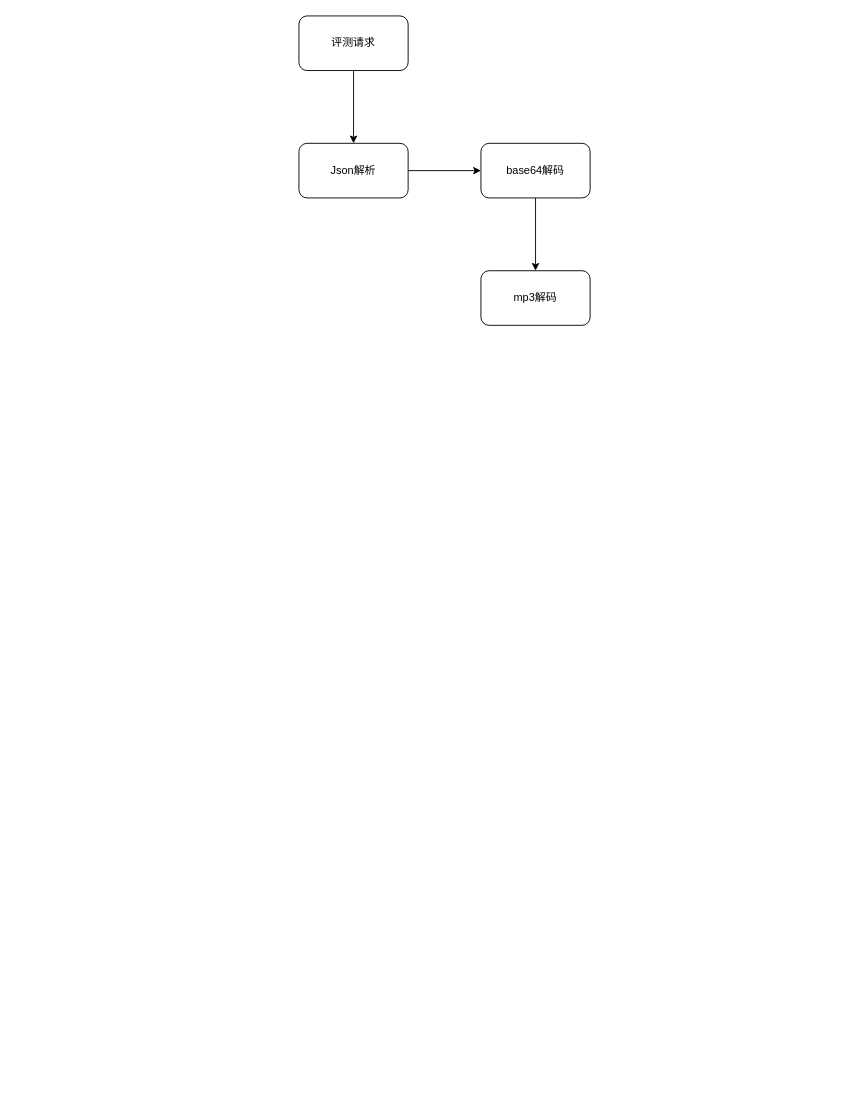
Before: capt-services.drawio in alongwithyou/g2p, a draw.io diagram. Source tidied: cells renumbered, new cells numbered last; positions are measured from the earlier drawing's top-left corner, leaving out a move shared by most shapes. Both pictures are drawn from the tidied source at 91%, with x=0, y=0 at pixel (298, 15).
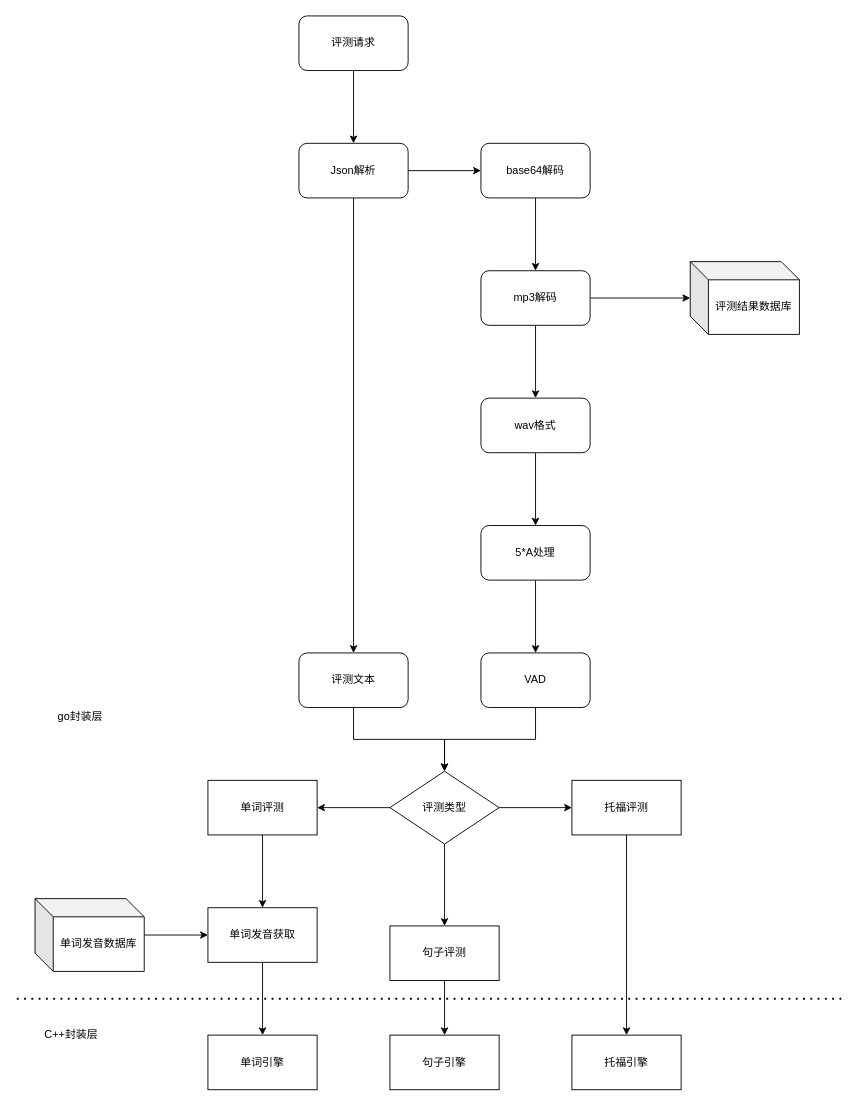
The same page after the edit.

The change refers to these unchanged cells:
```xml
<mxCell id="5" value="Json解析" style="whiteSpace=wrap;html=1;rounded=1;" parent="1" vertex="1">
  <mxGeometry y="140" width="120" height="60" as="geometry" />
</mxCell>
<mxCell id="8" value="mp3解码" style="whiteSpace=wrap;html=1;rounded=1;" parent="1" vertex="1">
  <mxGeometry x="200" y="280" width="120" height="60" as="geometry" />
</mxCell>
```

What changed in the source:
```diff
@@
+    <mxCell id="9" style="edgeStyle=orthogonalEdgeStyle;rounded=0;jettySize=auto;html=1;" parent="1" edge="1" source="5" target="21">
+      <mxGeometry relative="1" as="geometry" />
+    </mxCell>
@@
+    <mxCell id="10" style="edgeStyle=orthogonalEdgeStyle;rounded=0;jettySize=auto;html=1;" parent="1" edge="1" source="8" target="12">
+      <mxGeometry relative="1" as="geometry" />
+    </mxCell>
+    <mxCell id="11" style="edgeStyle=orthogonalEdgeStyle;rounded=0;jettySize=auto;html=1;" parent="1" edge="1" source="8" target="15">
+      <mxGeometry relative="1" as="geometry" />
+    </mxCell>
@@
+    <mxCell id="12" value="评测结果数据库" style="shape=cube;whiteSpace=wrap;html=1;boundedLbl=1;backgroundOutline=1;darkOpacity=0.05;darkOpacity2=0.1;" parent="1" vertex="1">
+      <mxGeometry x="430" y="270" width="120" height="80" as="geometry" />
+    </mxCell>
+    <mxCell id="13" style="endArrow=none;dashed=1;html=1;dashPattern=1 3;strokeWidth=2;" parent="1" edge="1">
+      <mxGeometry relative="1" as="geometry">
+        <mxPoint x="-310" y="1080" as="sourcePoint" />
+        <mxPoint x="600" y="1080" as="targetPoint" />
+      </mxGeometry>
+    </mxCell>
+    <mxCell id="14" style="edgeStyle=orthogonalEdgeStyle;rounded=0;jettySize=auto;html=1;" parent="1" edge="1" source="15" target="17">
+      <mxGeometry relative="1" as="geometry" />
+    </mxCell>
+    <mxCell id="15" value="wav格式" style="whiteSpace=wrap;html=1;rounded=1;" parent="1" vertex="1">
+      <mxGeometry x="200" y="420" width="120" height="60" as="geometry" />
+    </mxCell>
+    <mxCell id="16" style="edgeStyle=orthogonalEdgeStyle;rounded=0;jettySize=auto;html=1;" parent="1" edge="1" source="17" target="19">
+      <mxGeometry relative="1" as="geometry" />
+    </mxCell>
+    <mxCell id="17" value="5*A处理" style="whiteSpace=wrap;html=1;rounded=1;" parent="1" vertex="1">
+      <mxGeometry x="200" y="560" width="120" height="60" as="geometry" />
+    </mxCell>
+    <mxCell id="18" style="edgeStyle=orthogonalEdgeStyle;rounded=0;jettySize=auto;html=1;entryX=0.5;entryY=0;entryDx=0;entryDy=0;" parent="1" edge="1" source="19" target="25">
+      <mxGeometry relative="1" as="geometry" />
+    </mxCell>
+    <mxCell id="19" value="VAD" style="whiteSpace=wrap;html=1;rounded=1;" parent="1" vertex="1">
+      <mxGeometry x="200" y="700" width="120" height="60" as="geometry" />
+    </mxCell>
+    <mxCell id="20" style="edgeStyle=orthogonalEdgeStyle;rounded=0;jettySize=auto;html=1;entryX=0.5;entryY=0;entryDx=0;entryDy=0;" parent="1" edge="1" source="21" target="25">
+      <mxGeometry relative="1" as="geometry" />
+    </mxCell>
+    <mxCell id="21" value="评测文本" style="whiteSpace=wrap;html=1;rounded=1;" parent="1" vertex="1">
+      <mxGeometry y="700" width="120" height="60" as="geometry" />
+    </mxCell>
+    <mxCell id="22" style="edgeStyle=orthogonalEdgeStyle;rounded=0;jettySize=auto;html=1;" parent="1" edge="1" source="25" target="27">
+      <mxGeometry relative="1" as="geometry" />
+    </mxCell>
+    <mxCell id="23" style="edgeStyle=orthogonalEdgeStyle;rounded=0;jettySize=auto;html=1;" parent="1" edge="1" source="25" target="29">
+      <mxGeometry relative="1" as="geometry" />
+    </mxCell>
+    <mxCell id="24" style="edgeStyle=orthogonalEdgeStyle;rounded=0;jettySize=auto;html=1;" parent="1" edge="1" source="25" target="31">
+      <mxGeometry relative="1" as="geometry" />
+    </mxCell>
+    <mxCell id="25" value="评测类型" style="rhombus;whiteSpace=wrap;html=1;" parent="1" vertex="1">
+      <mxGeometry x="100" y="830" width="120" height="80" as="geometry" />
+    </mxCell>
+    <mxCell id="26" style="edgeStyle=orthogonalEdgeStyle;rounded=0;jettySize=auto;html=1;" parent="1" edge="1" source="27" target="33">
+      <mxGeometry relative="1" as="geometry" />
+    </mxCell>
+    <mxCell id="27" value="单词评测" style="whiteSpace=wrap;html=1;" parent="1" vertex="1">
+      <mxGeometry x="-100" y="840" width="120" height="60" as="geometry" />
+    </mxCell>
+    <mxCell id="28" style="edgeStyle=orthogonalEdgeStyle;rounded=0;jettySize=auto;html=1;" parent="1" edge="1" source="29" target="37">
+      <mxGeometry relative="1" as="geometry" />
+    </mxCell>
+    <mxCell id="29" value="句子评测" style="whiteSpace=wrap;html=1;" parent="1" vertex="1">
+      <mxGeometry x="100" y="1000" width="120" height="60" as="geometry" />
+    </mxCell>
+    <mxCell id="30" style="edgeStyle=orthogonalEdgeStyle;rounded=0;jettySize=auto;html=1;" parent="1" edge="1" source="31" target="38">
+      <mxGeometry relative="1" as="geometry" />
+    </mxCell>
+    <mxCell id="31" value="托福评测" style="whiteSpace=wrap;html=1;" parent="1" vertex="1">
+      <mxGeometry x="300" y="840" width="120" height="60" as="geometry" />
+    </mxCell>
+    <mxCell id="32" style="edgeStyle=orthogonalEdgeStyle;rounded=0;jettySize=auto;html=1;" parent="1" edge="1" source="33" target="36">
+      <mxGeometry relative="1" as="geometry" />
+    </mxCell>
+    <mxCell id="33" value="单词发音获取" style="whiteSpace=wrap;html=1;" parent="1" vertex="1">
+      <mxGeometry x="-100" y="980" width="120" height="60" as="geometry" />
+    </mxCell>
+    <mxCell id="34" value="go封装层" style="text;html=1;strokeColor=none;fillColor=none;align=center;verticalAlign=middle;whiteSpace=wrap;rounded=0;" parent="1" vertex="1">
+      <mxGeometry x="-300" y="760" width="120" height="20" as="geometry" />
+    </mxCell>
+    <mxCell id="35" value="C++封装层" style="text;html=1;strokeColor=none;fillColor=none;align=center;verticalAlign=middle;whiteSpace=wrap;rounded=0;" parent="1" vertex="1">
+      <mxGeometry x="-310" y="1110" width="120" height="20" as="geometry" />
+    </mxCell>
+    <mxCell id="36" value="单词引擎" style="whiteSpace=wrap;html=1;" parent="1" vertex="1">
+      <mxGeometry x="-100" y="1120" width="120" height="60" as="geometry" />
+    </mxCell>
+    <mxCell id="37" value="句子引擎" style="whiteSpace=wrap;html=1;" parent="1" vertex="1">
+      <mxGeometry x="100" y="1120" width="120" height="60" as="geometry" />
+    </mxCell>
+    <mxCell id="38" value="托福引擎" style="whiteSpace=wrap;html=1;" parent="1" vertex="1">
+      <mxGeometry x="300" y="1120" width="120" height="60" as="geometry" />
+    </mxCell>
+    <mxCell id="39" style="edgeStyle=orthogonalEdgeStyle;rounded=0;jettySize=auto;html=1;entryX=0;entryY=0.5;entryDx=0;entryDy=0;" parent="1" edge="1" source="40" target="33">
+      <mxGeometry relative="1" as="geometry" />
+    </mxCell>
+    <mxCell id="40" value="单词发音数据库" style="shape=cube;whiteSpace=wrap;html=1;boundedLbl=1;backgroundOutline=1;darkOpacity=0.05;darkOpacity2=0.1;" parent="1" vertex="1">
+      <mxGeometry x="-290" y="970" width="120" height="80" as="geometry" />
+    </mxCell>
```
